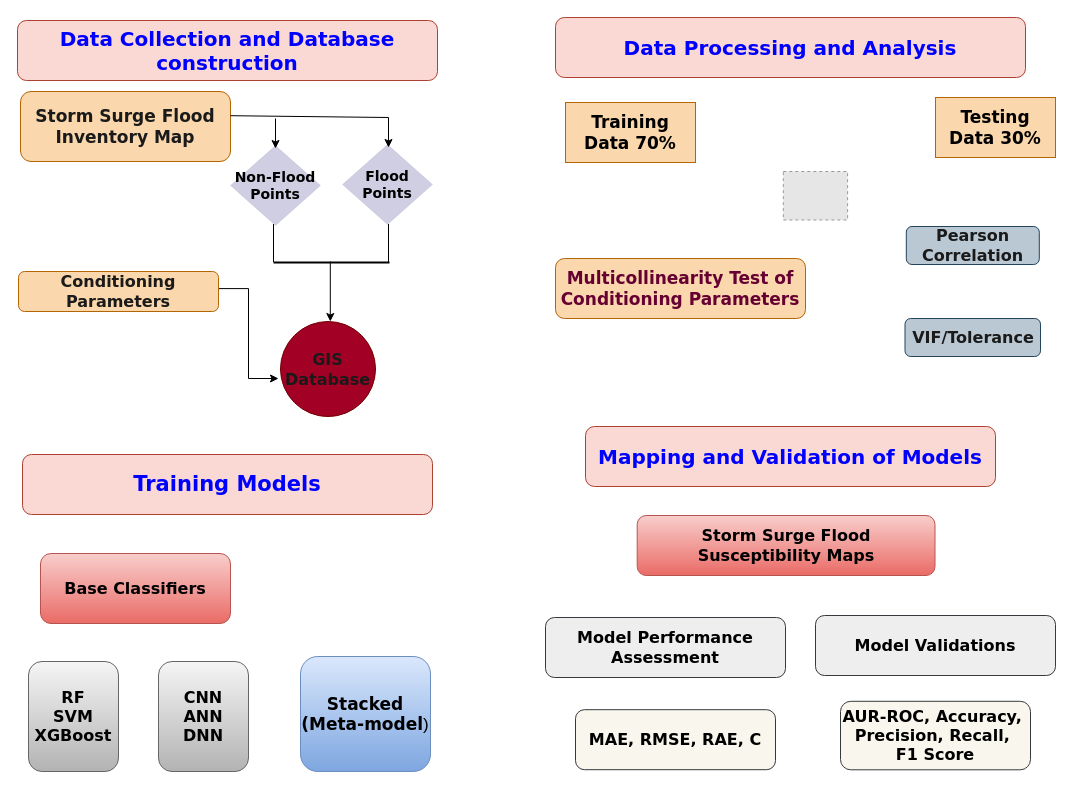
Before: Susceptibility Diagram.drawio in Daawarb/Daawarb, a draw.io diagram. Source tidied: cells renumbered, new cells numbered last; positions are measured from the earlier drawing's top-left corner, leaving out a move shared by most shapes. Both pictures are drawn from the tidied source at 100%, with x=0, y=0 at pixel (17, 17). Pictures stored in the file or linked from it are replaced by grey dashed boxes.
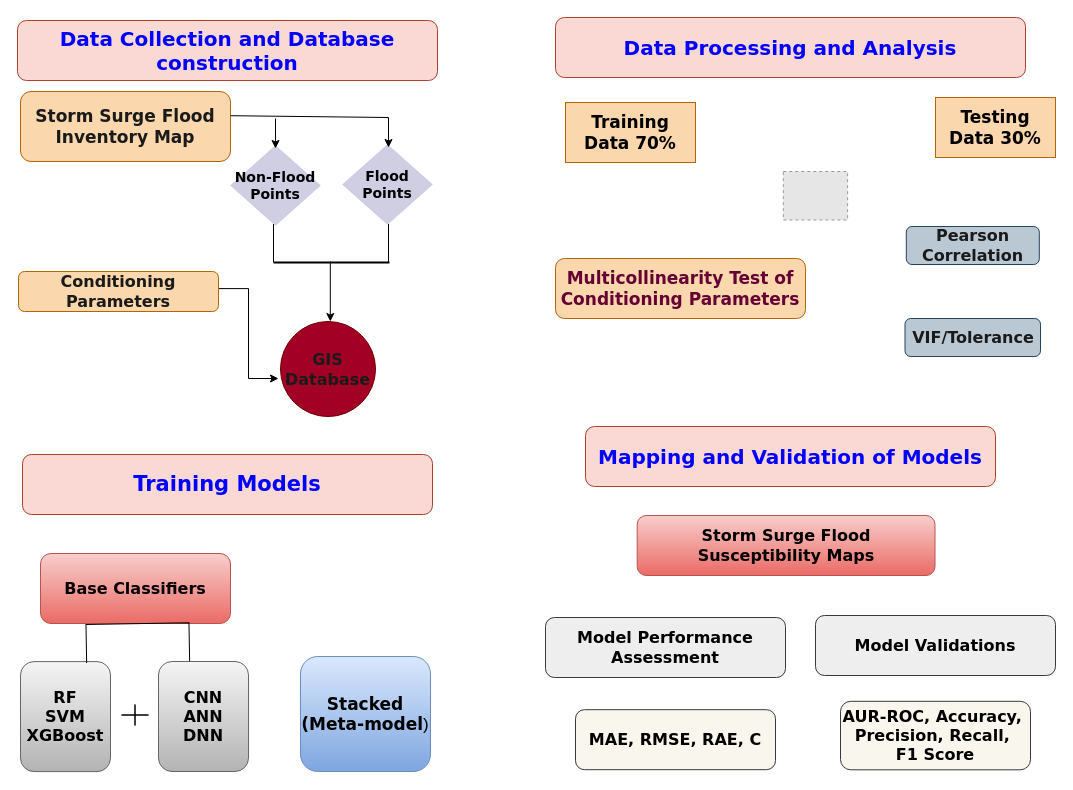
The same diagram, later.

Diff of the diagram source:
```diff
@@
     <mxCell id="26" value="&lt;font style=&quot;font-size: 16px;&quot; face=&quot;Verdana&quot;&gt;&lt;b&gt;RF&lt;/b&gt;&lt;/font&gt;&lt;div&gt;&lt;font style=&quot;font-size: 16px;&quot; face=&quot;Verdana&quot;&gt;&lt;b&gt;SVM&lt;/b&gt;&lt;/font&gt;&lt;/div&gt;&lt;div&gt;&lt;font style=&quot;font-size: 16px;&quot; face=&quot;Verdana&quot;&gt;&lt;b&gt;XGBoost&lt;/b&gt;&lt;/font&gt;&lt;/div&gt;" style="rounded=1;whiteSpace=wrap;html=1;fillColor=#f5f5f5;gradientColor=#b3b3b3;strokeColor=#666666;" parent="1" vertex="1">
-      <mxGeometry x="11" y="644" width="90" height="110" as="geometry" />
+      <mxGeometry x="3" y="644.1" width="90" height="110" as="geometry" />
     </mxCell>
@@
+    <mxCell id="33" style="shape=partialRectangle;whiteSpace=wrap;html=1;bottom=1;right=1;left=1;top=0;fillColor=none;routingCenterX=-0.5;rotation=-181;" parent="1" vertex="1">
+      <mxGeometry x="68.8" y="606.1" width="103" height="38" as="geometry" />
+    </mxCell>
+    <mxCell id="34" style="shape=cross;whiteSpace=wrap;html=1;size=0;" parent="1" vertex="1">
+      <mxGeometry x="104" y="687" width="27" height="21" as="geometry" />
+    </mxCell>
```
